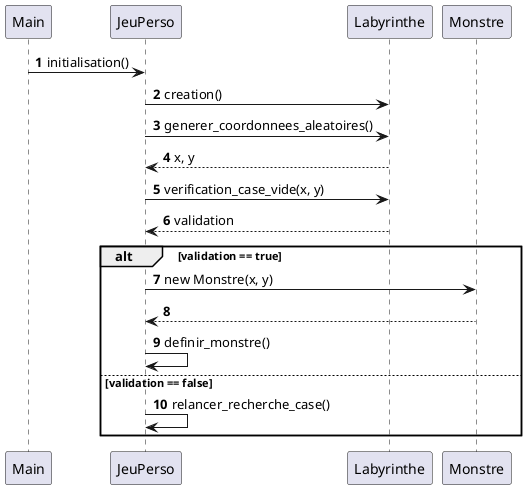
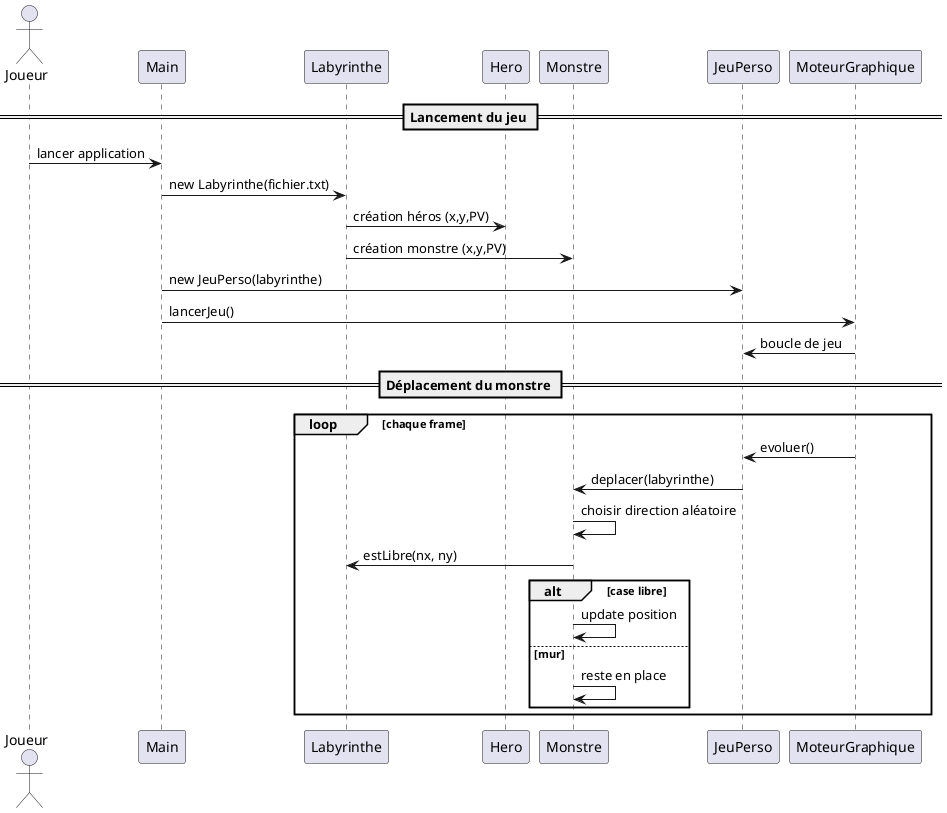
@startuml
- 'https://plantuml.com/sequence-diagram

+ actor Joueur

- @startuml
- autonumber
+ participant Main
+ participant Labyrinthe
+ participant Hero
+ participant Monstre
+ participant JeuPerso
+ participant MoteurGraphique

- Main -> JeuPerso: initialisation()
- JeuPerso -> Labyrinthe: creation()
+ == Lancement du jeu ==

+ Joueur -> Main : lancer application

- JeuPerso -> Labyrinthe: generer_coordonnees_aleatoires()
- Labyrinthe --> JeuPerso: x, y
+ Main -> Labyrinthe : new Labyrinthe(fichier.txt)

- JeuPerso -> Labyrinthe: verification_case_vide(x, y)
- Labyrinthe --> JeuPerso: validation
+ Labyrinthe -> Hero : création héros (x,y,PV)
+ Labyrinthe -> Monstre : création monstre (x,y,PV)

- alt validation == true
-     JeuPerso -> Monstre: new Monstre(x, y)
-     JeuPerso <-- Monstre:
-     JeuPerso -> JeuPerso: definir_monstre()
- else validation == false
-     JeuPerso -> JeuPerso: relancer_recherche_case()
+ Main -> JeuPerso : new JeuPerso(labyrinthe)
+ Main -> MoteurGraphique : lancerJeu()
+ 
+ MoteurGraphique -> JeuPerso : boucle de jeu
+ 
+ == Déplacement du monstre ==
+ 
+ loop chaque frame
+ 
+     MoteurGraphique -> JeuPerso : evoluer()
+ 
+     JeuPerso -> Monstre : deplacer(labyrinthe)
+ 
+     Monstre -> Monstre : choisir direction aléatoire
+ 
+     Monstre -> Labyrinthe : estLibre(nx, ny)
+ 
+     alt case libre
+         Monstre -> Monstre : update position
+     else mur
+         Monstre -> Monstre : reste en place
+     end
+ 
end

@enduml